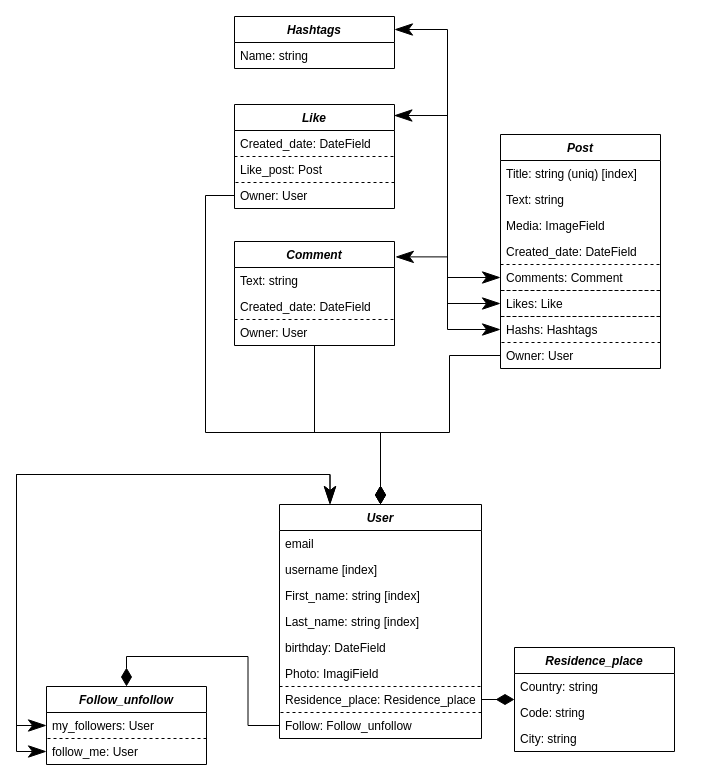
Above: SocialMediaAPI_schema.drawio in AlexGrytsai/SocialMediaAPI (draw.io), before the change. Source tidied: cells renumbered, new cells numbered last; positions are measured from the earlier drawing's top-left corner, leaving out a move shared by most shapes. Both pictures are drawn from the tidied source at 100%, with x=0, y=0 at pixel (46, 16).
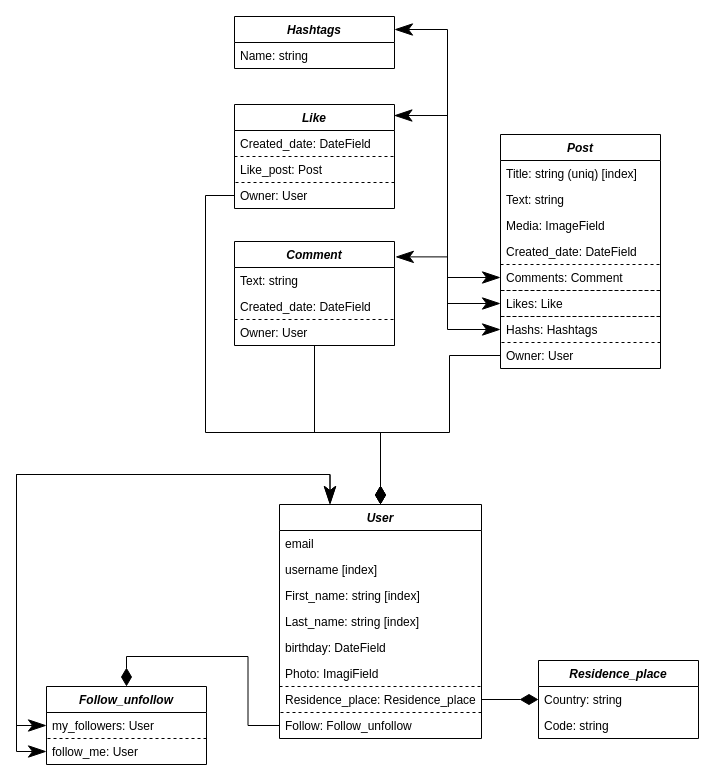
The same page after the edit.

Commit message (it also covers changes not shown here):
deleted City from schema

Diff of the diagram source:
```diff
@@
     <mxCell id="2" value="Residence_place" style="swimlane;fontStyle=3;align=center;verticalAlign=top;horizontal=1;startSize=26;rounded=0;shadow=0;strokeWidth=1;" parent="1" vertex="1">
-      <mxGeometry x="468" y="631" width="160" height="104" as="geometry" />
+      <mxGeometry x="492" y="644" width="160" height="78" as="geometry" />
     </mxCell>
@@
-    <mxCell id="5" value="City: string" style="text;align=left;verticalAlign=top;spacingLeft=4;spacingRight=4;overflow=hidden;rounded=0;shadow=0;html=0;" parent="2" vertex="1">
-      <mxGeometry y="78" width="160" height="26" as="geometry" />
-    </mxCell>
```
